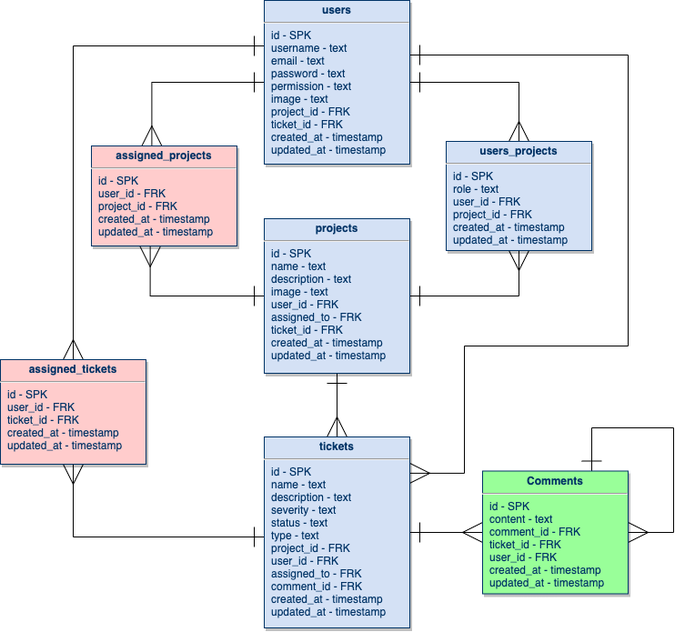
Above: oversight_ERD.png in ben-azevedo/oversight (draw.io), before the change. Source tidied: cells renumbered, new cells last; positions are measured from the earlier drawing's top-left corner, leaving out a move shared by most shapes.
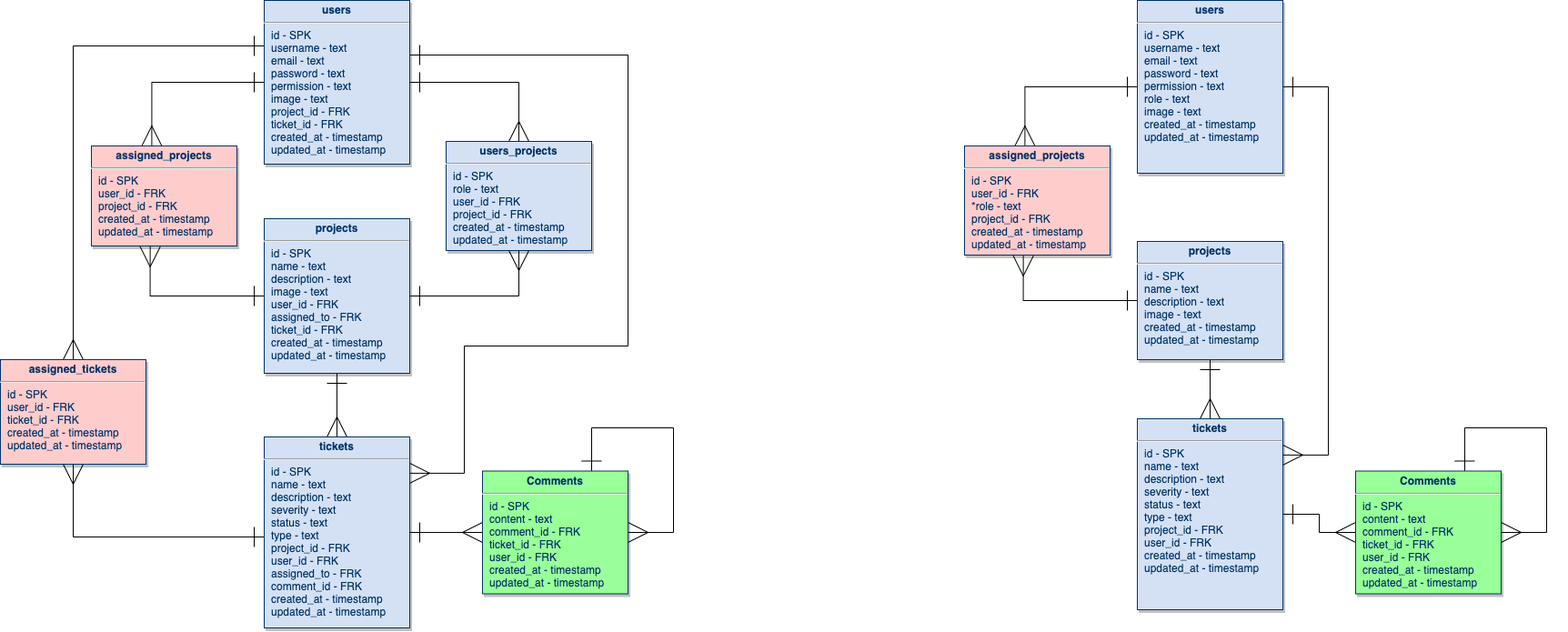
The same diagram one commit later.

What changed in the source:
```diff
@@ -74,5 +74,49 @@
     <mxCell id="18" value="&lt;p style=&quot;margin: 4px 0px 0px ; text-align: center&quot;&gt;&lt;b&gt;assigned_projects&lt;/b&gt;&lt;/p&gt;&lt;hr&gt;&lt;p style=&quot;margin: 0px ; margin-left: 8px&quot;&gt;id - SPK&lt;/p&gt;&lt;p style=&quot;margin: 0px ; margin-left: 8px&quot;&gt;user_id - FRK&lt;/p&gt;&lt;p style=&quot;margin: 0px ; margin-left: 8px&quot;&gt;project_id - FRK&lt;/p&gt;&lt;p style=&quot;margin: 0px ; margin-left: 8px&quot;&gt;created_at - timestamp&lt;/p&gt;&lt;p style=&quot;margin: 0px ; margin-left: 8px&quot;&gt;updated_at - timestamp&lt;/p&gt;&lt;p style=&quot;margin: 0px ; margin-left: 8px&quot;&gt;&lt;br&gt;&lt;/p&gt;" style="verticalAlign=top;align=left;overflow=fill;fontSize=12;fontFamily=Helvetica;html=1;strokeColor=#003366;shadow=1;fontColor=#003366;fillColor=#FFCCCC;" parent="1" vertex="1">
       <mxGeometry x="100" y="160" width="160" height="110" as="geometry" />
     </mxCell>
+    <mxCell id="19" style="edgeStyle=orthogonalEdgeStyle;rounded=0;jettySize=auto;html=1;startArrow=ERone;startFill=0;startSize=20;endArrow=ERmany;endFill=0;endSize=20;entryX=1;entryY=0.19;entryDx=0;entryDy=0;entryPerimeter=0;" parent="1" edge="1" source="21" target="26">
+      <mxGeometry relative="1" as="geometry">
+        <Array as="points">
+          <mxPoint x="1460" y="95" />
+          <mxPoint x="1460" y="500" />
+        </Array>
+      </mxGeometry>
+    </mxCell>
+    <mxCell id="20" style="edgeStyle=orthogonalEdgeStyle;rounded=0;jettySize=auto;html=1;entryX=0.415;entryY=0;entryDx=0;entryDy=0;entryPerimeter=0;startArrow=ERone;startFill=0;startSize=20;endArrow=ERmany;endFill=0;endSize=20;" parent="1" edge="1" source="21" target="29">
+      <mxGeometry relative="1" as="geometry" />
+    </mxCell>
+    <mxCell id="21" value="&lt;p style=&quot;margin: 4px 0px 0px ; text-align: center&quot;&gt;&lt;b&gt;users&lt;/b&gt;&lt;/p&gt;&lt;hr&gt;&lt;p style=&quot;margin: 0px ; margin-left: 8px&quot;&gt;id - SPK&lt;/p&gt;&lt;p style=&quot;margin: 0px ; margin-left: 8px&quot;&gt;username - text&lt;/p&gt;&lt;p style=&quot;margin: 0px ; margin-left: 8px&quot;&gt;email - text&lt;/p&gt;&lt;p style=&quot;margin: 0px ; margin-left: 8px&quot;&gt;password - text&lt;/p&gt;&lt;p style=&quot;margin: 0px ; margin-left: 8px&quot;&gt;permission - text&lt;/p&gt;&lt;p style=&quot;margin: 0px ; margin-left: 8px&quot;&gt;role - text&lt;/p&gt;&lt;p style=&quot;margin: 0px ; margin-left: 8px&quot;&gt;image - text&lt;/p&gt;&lt;p style=&quot;margin: 0px ; margin-left: 8px&quot;&gt;created_at - timestamp&lt;/p&gt;&lt;p style=&quot;margin: 0px ; margin-left: 8px&quot;&gt;updated_at - timestamp&lt;/p&gt;&lt;p style=&quot;margin: 0px ; margin-left: 8px&quot;&gt;&lt;br&gt;&lt;/p&gt;" style="verticalAlign=top;align=left;overflow=fill;fontSize=12;fontFamily=Helvetica;html=1;strokeColor=#003366;shadow=1;fillColor=#D4E1F5;fontColor=#003366;" parent="1" vertex="1">
+      <mxGeometry x="1250" width="160" height="190" as="geometry" />
+    </mxCell>
+    <mxCell id="22" style="edgeStyle=orthogonalEdgeStyle;rounded=0;jettySize=auto;html=1;startArrow=ERone;startFill=0;startSize=20;endArrow=ERmany;endFill=0;endSize=20;" parent="1" edge="1" source="24" target="26">
+      <mxGeometry relative="1" as="geometry" />
+    </mxCell>
+    <mxCell id="23" style="edgeStyle=orthogonalEdgeStyle;rounded=0;jettySize=auto;html=1;entryX=0.404;entryY=1.008;entryDx=0;entryDy=0;entryPerimeter=0;startArrow=ERone;startFill=0;startSize=20;endArrow=ERmany;endFill=0;endSize=20;" parent="1" edge="1" source="24" target="29">
+      <mxGeometry relative="1" as="geometry" />
+    </mxCell>
+    <mxCell id="24" value="&lt;p style=&quot;margin: 4px 0px 0px ; text-align: center&quot;&gt;&lt;b&gt;projects&lt;/b&gt;&lt;/p&gt;&lt;hr&gt;&lt;p style=&quot;margin: 0px ; margin-left: 8px&quot;&gt;id - SPK&lt;/p&gt;&lt;p style=&quot;margin: 0px ; margin-left: 8px&quot;&gt;name - text&lt;/p&gt;&lt;p style=&quot;margin: 0px ; margin-left: 8px&quot;&gt;description - text&lt;/p&gt;&lt;p style=&quot;margin: 0px ; margin-left: 8px&quot;&gt;image - text&lt;/p&gt;&lt;p style=&quot;margin: 0px ; margin-left: 8px&quot;&gt;&lt;span&gt;created_at - timestamp&lt;/span&gt;&lt;br&gt;&lt;/p&gt;&lt;p style=&quot;margin: 0px ; margin-left: 8px&quot;&gt;updated_at - timestamp&lt;/p&gt;&lt;p style=&quot;margin: 0px ; margin-left: 8px&quot;&gt;&lt;br&gt;&lt;/p&gt;" style="verticalAlign=top;align=left;overflow=fill;fontSize=12;fontFamily=Helvetica;html=1;strokeColor=#003366;shadow=1;fillColor=#D4E1F5;fontColor=#003366;" parent="1" vertex="1">
+      <mxGeometry x="1250" y="265" width="160" height="130" as="geometry" />
+    </mxCell>
+    <mxCell id="25" style="edgeStyle=orthogonalEdgeStyle;rounded=0;jettySize=auto;html=1;entryX=0;entryY=0.5;entryDx=0;entryDy=0;startArrow=ERone;startFill=0;startSize=20;endArrow=ERmany;endFill=0;endSize=20;" parent="1" edge="1" source="26" target="28">
+      <mxGeometry relative="1" as="geometry" />
+    </mxCell>
+    <mxCell id="26" value="&lt;p style=&quot;margin: 4px 0px 0px ; text-align: center&quot;&gt;&lt;b&gt;tickets&lt;/b&gt;&lt;/p&gt;&lt;hr&gt;&lt;p style=&quot;margin: 0px ; margin-left: 8px&quot;&gt;id - SPK&lt;/p&gt;&lt;p style=&quot;margin: 0px ; margin-left: 8px&quot;&gt;name - text&lt;/p&gt;&lt;p style=&quot;margin: 0px ; margin-left: 8px&quot;&gt;description - text&lt;/p&gt;&lt;p style=&quot;margin: 0px 0px 0px 8px&quot;&gt;severity - text&lt;/p&gt;&lt;p style=&quot;margin: 0px 0px 0px 8px&quot;&gt;status - text&lt;/p&gt;&lt;p style=&quot;margin: 0px 0px 0px 8px&quot;&gt;type - text&lt;/p&gt;&lt;p style=&quot;margin: 0px ; margin-left: 8px&quot;&gt;project_id - FRK&lt;/p&gt;&lt;p style=&quot;margin: 0px ; margin-left: 8px&quot;&gt;user_id - FRK&lt;/p&gt;&lt;p style=&quot;margin: 0px ; margin-left: 8px&quot;&gt;created_at - timestamp&lt;/p&gt;&lt;p style=&quot;margin: 0px ; margin-left: 8px&quot;&gt;updated_at - timestamp&lt;/p&gt;&lt;p style=&quot;margin: 0px ; margin-left: 8px&quot;&gt;&lt;br&gt;&lt;/p&gt;" style="verticalAlign=top;align=left;overflow=fill;fontSize=12;fontFamily=Helvetica;html=1;strokeColor=#003366;shadow=1;fillColor=#D4E1F5;fontColor=#003366;" parent="1" vertex="1">
+      <mxGeometry x="1250" y="460" width="160" height="210" as="geometry" />
+    </mxCell>
+    <mxCell id="27" style="edgeStyle=orthogonalEdgeStyle;rounded=0;orthogonalLoop=1;jettySize=auto;html=1;startArrow=ERone;startFill=0;startSize=20;endArrow=ERmany;endFill=0;endSize=20;strokeWidth=1;exitX=0.75;exitY=0;exitDx=0;exitDy=0;" parent="1" edge="1" source="28" target="28">
+      <mxGeometry relative="1" as="geometry">
+        <Array as="points">
+          <mxPoint x="1610" y="470" />
+          <mxPoint x="1700" y="470" />
+          <mxPoint x="1700" y="585" />
+        </Array>
+      </mxGeometry>
+    </mxCell>
+    <mxCell id="28" value="&lt;p style=&quot;margin: 4px 0px 0px ; text-align: center&quot;&gt;&lt;strong&gt;Comments&lt;/strong&gt;&lt;/p&gt;&lt;hr&gt;&lt;p style=&quot;margin: 0px 0px 0px 8px&quot;&gt;id - SPK&lt;/p&gt;&lt;p style=&quot;margin: 0px 0px 0px 8px&quot;&gt;content - text&lt;/p&gt;&lt;p style=&quot;margin: 0px 0px 0px 8px&quot;&gt;comment_id - FRK&lt;/p&gt;&lt;p style=&quot;margin: 0px 0px 0px 8px&quot;&gt;ticket_id - FRK&lt;/p&gt;&lt;p style=&quot;margin: 0px 0px 0px 8px&quot;&gt;user_id - FRK&lt;/p&gt;&lt;p style=&quot;margin: 0px 0px 0px 8px&quot;&gt;created_at - timestamp&lt;/p&gt;&lt;p style=&quot;margin: 0px 0px 0px 8px&quot;&gt;updated_at - timestamp&lt;/p&gt;&lt;p style=&quot;margin: 0px 0px 0px 8px&quot;&gt;&lt;br&gt;&lt;/p&gt;" style="verticalAlign=top;align=left;overflow=fill;fontSize=12;fontFamily=Helvetica;html=1;strokeColor=#003366;shadow=1;fontColor=#003366;fillColor=#99FF99;" parent="1" vertex="1">
+      <mxGeometry x="1490" y="517.5" width="160" height="135" as="geometry" />
+    </mxCell>
+    <mxCell id="29" value="&lt;p style=&quot;margin: 4px 0px 0px ; text-align: center&quot;&gt;&lt;b&gt;assigned_projects&lt;/b&gt;&lt;/p&gt;&lt;hr&gt;&lt;p style=&quot;margin: 0px ; margin-left: 8px&quot;&gt;id - SPK&lt;/p&gt;&lt;p style=&quot;margin: 0px ; margin-left: 8px&quot;&gt;user_id - FRK&lt;/p&gt;&lt;p style=&quot;margin: 0px ; margin-left: 8px&quot;&gt;*role - text&lt;br&gt;&lt;/p&gt;&lt;p style=&quot;margin: 0px ; margin-left: 8px&quot;&gt;project_id - FRK&lt;/p&gt;&lt;p style=&quot;margin: 0px ; margin-left: 8px&quot;&gt;created_at - timestamp&lt;/p&gt;&lt;p style=&quot;margin: 0px ; margin-left: 8px&quot;&gt;updated_at - timestamp&lt;/p&gt;&lt;p style=&quot;margin: 0px ; margin-left: 8px&quot;&gt;&lt;br&gt;&lt;/p&gt;" style="verticalAlign=top;align=left;overflow=fill;fontSize=12;fontFamily=Helvetica;html=1;strokeColor=#003366;shadow=1;fontColor=#003366;fillColor=#FFCCCC;" parent="1" vertex="1">
+      <mxGeometry x="1060" y="160" width="160" height="120" as="geometry" />
+    </mxCell>
   </root>
 </mxGraphModel>
```
